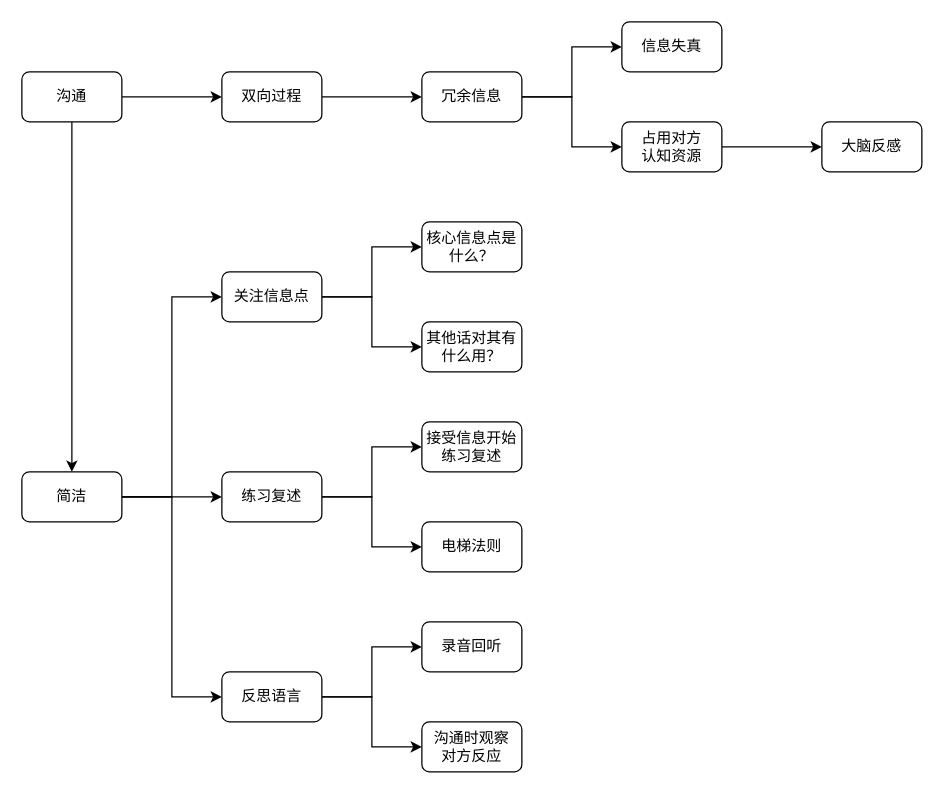
Earlier version of the draw.io diagram page "沟通：简洁" (9 of 10) of relationship.drawio (youyusan/relationship). Source tidied: cells renumbered, new cells numbered last; positions are measured from the earlier drawing's top-left corner, leaving out a move shared by most shapes. Both pictures are drawn from the tidied source at 125%, with x=0, y=0 at pixel (21, 21).
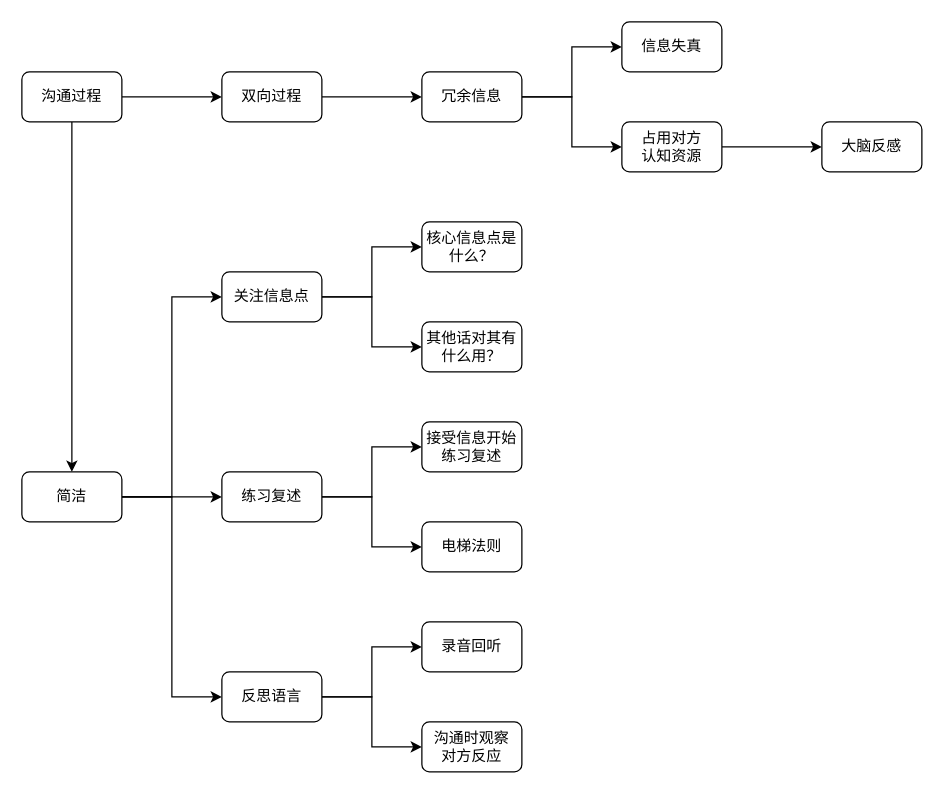
The same page after the edit.

Diff of the diagram source:
```diff
@@
-    <mxCell id="4" value="沟通" style="rounded=1;whiteSpace=wrap;html=1;" parent="1" vertex="1">
+    <mxCell id="4" value="沟通过程" style="rounded=1;whiteSpace=wrap;html=1;" parent="1" vertex="1">
       <mxGeometry y="40" width="80" height="40" as="geometry" />
     </mxCell>
```
